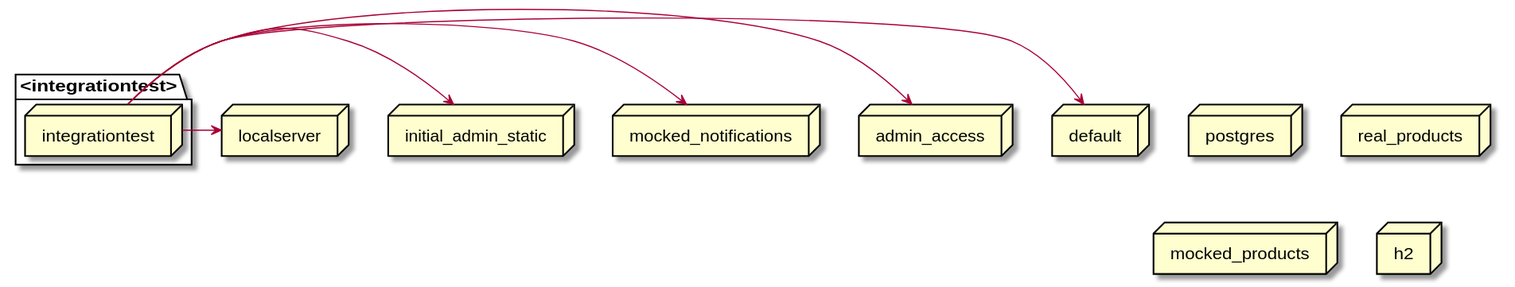
Above: docs/latest/images/gen_springprofiles-integrationtest.svg in mercedes-benz/sechub (PlantUML), before the change.
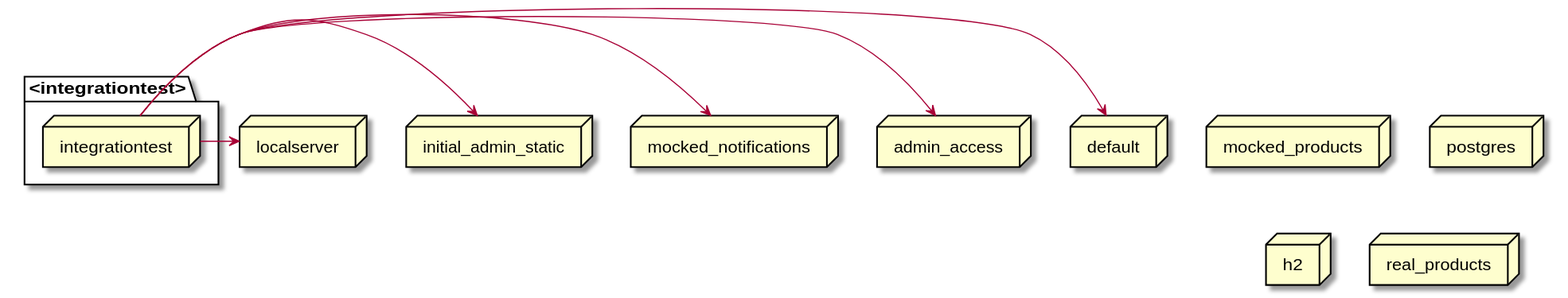
The same file after the commit.

What changed in the source:
```diff
@@ -1,16 +1,16 @@
 @startuml
-node default
-node postgres
-node real_products
-node mocked_products
 node mocked_notifications
-node localserver
 node initial_admin_static
-node admin_access
 package <integrationtest>{
    node integrationtest
 }
+node mocked_products
+node postgres
 node h2
+node default
+node admin_access
+node real_products
+node localserver
 integrationtest -> localserver
 integrationtest -> initial_admin_static
 integrationtest -> mocked_notifications
```
